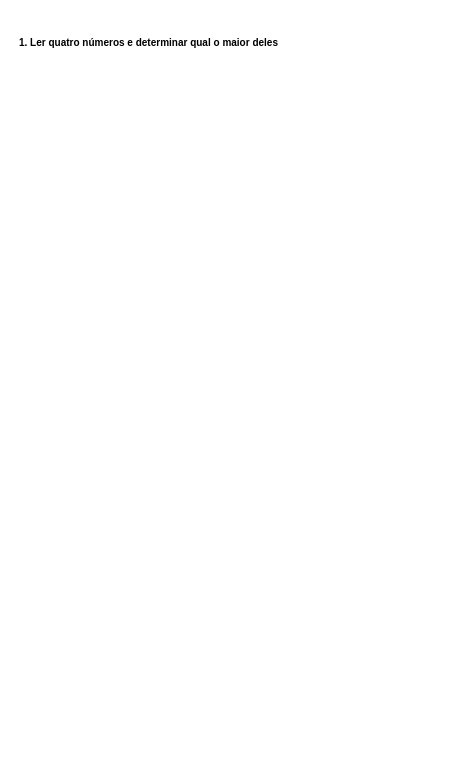
Earlier version of the draw.io diagram page "ex1" (1 of 16) of exercicios1a16.drawio (michellealbertyne/atec-eletrica). Source tidied: cells renumbered, new cells numbered last; positions are measured from the earlier drawing's top-left corner, leaving out a move shared by most shapes. Both pictures are drawn from the tidied source at 100%, with x=0, y=0 at pixel (17, 17).
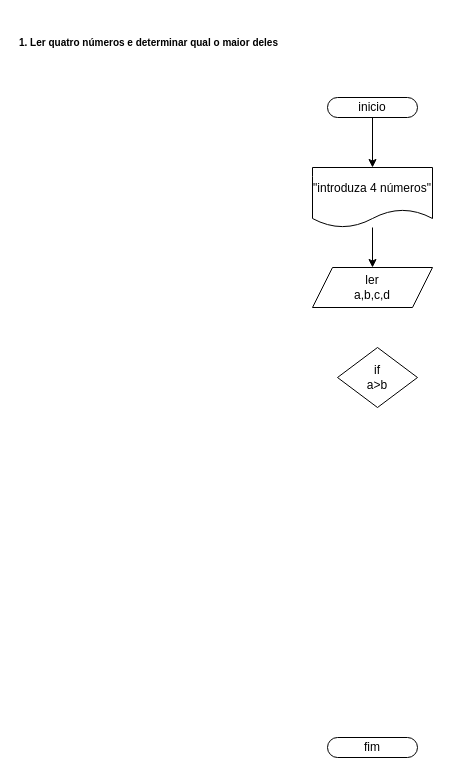
Above is the later version.

What changed in the source:
```diff
@@
 <mxGraphModel>
   <root>
     <mxCell id="0" />
     <mxCell id="1" parent="0" />
     <mxCell id="2" value="&lt;h1 style=&quot;margin-top: 0px;&quot;&gt;&lt;font style=&quot;font-size: 10px;&quot;&gt;1. Ler quatro números e determinar qual o maior deles&lt;/font&gt;&lt;br&gt;&lt;/h1&gt;" style="text;html=1;whiteSpace=wrap;overflow=hidden;rounded=0;" parent="1" vertex="1">
       <mxGeometry width="280" height="40" as="geometry" />
     </mxCell>
+    <mxCell id="3" style="edgeStyle=orthogonalEdgeStyle;rounded=0;jettySize=auto;html=1;entryX=0.5;entryY=0;entryDx=0;entryDy=0;" parent="1" edge="1" source="4" target="7">
+      <mxGeometry relative="1" as="geometry" />
+    </mxCell>
+    <mxCell id="4" value="inicio" style="rounded=1;whiteSpace=wrap;html=1;arcSize=50;" parent="1" vertex="1">
+      <mxGeometry x="310" y="80" width="90" height="20" as="geometry" />
+    </mxCell>
+    <mxCell id="5" value="fim" style="rounded=1;whiteSpace=wrap;html=1;arcSize=50;" parent="1" vertex="1">
+      <mxGeometry x="310" y="720" width="90" height="20" as="geometry" />
+    </mxCell>
+    <mxCell id="6" style="edgeStyle=orthogonalEdgeStyle;rounded=0;jettySize=auto;html=1;entryX=0.5;entryY=0;entryDx=0;entryDy=0;" parent="1" edge="1" source="7" target="8">
+      <mxGeometry relative="1" as="geometry" />
+    </mxCell>
+    <mxCell id="7" value="&quot;introduza 4 números&quot;" style="shape=document;whiteSpace=wrap;html=1;boundedLbl=1;" parent="1" vertex="1">
+      <mxGeometry x="295" y="150" width="120" height="60" as="geometry" />
+    </mxCell>
+    <mxCell id="8" value="ler&lt;div&gt;a,b,c,d&lt;/div&gt;" style="shape=parallelogram;perimeter=parallelogramPerimeter;whiteSpace=wrap;html=1;fixedSize=1;" parent="1" vertex="1">
+      <mxGeometry x="295" y="250" width="120" height="40" as="geometry" />
+    </mxCell>
+    <mxCell id="9" value="if&lt;div&gt;a&amp;gt;b&lt;/div&gt;" style="rhombus;whiteSpace=wrap;html=1;" parent="1" vertex="1">
+      <mxGeometry x="320" y="330" width="80" height="60" as="geometry" />
+    </mxCell>
   </root>
 </mxGraphModel>
```
